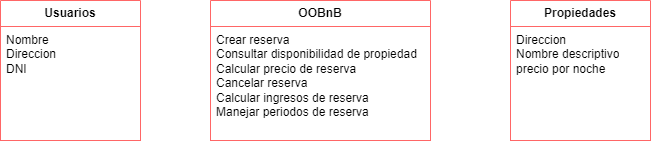
Above: 17-18 - Alquiler de Propiedades/img/ClassesAtributos.png in UnMatesito/OO1 (draw.io), before the change. Source tidied: cells renumbered, new cells last; positions are measured from the earlier drawing's top-left corner, leaving out a move shared by most shapes.
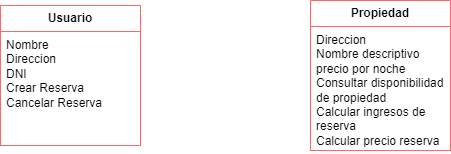
The same file after the commit.

What changed in the source:
```diff
@@ -2,22 +2,16 @@
   <root>
     <mxCell id="0" />
     <mxCell id="1" parent="0" />
-    <mxCell id="2" value="&lt;b&gt;OOBnB&lt;/b&gt;" style="swimlane;fontStyle=0;horizontal=1;startSize=26;fillColor=default;whiteSpace=wrap;html=1;strokeColor=#FF6666;" parent="1" vertex="1">
-      <mxGeometry x="210" width="220" height="140" as="geometry" />
-    </mxCell>
-    <mxCell id="3" value="Crear reserva&lt;div&gt;&lt;div&gt;Consultar disponibilidad de propiedad&lt;/div&gt;&lt;div&gt;Calcular precio de reserva&lt;/div&gt;&lt;div&gt;Cancelar reserva&lt;/div&gt;&lt;div&gt;&lt;span style=&quot;background-color: initial;&quot;&gt;Calcular ingresos de reserva&lt;/span&gt;&lt;br&gt;&lt;/div&gt;&lt;/div&gt;&lt;div&gt;&lt;span style=&quot;background-color: initial;&quot;&gt;Manejar periodos de reserva&lt;/span&gt;&lt;/div&gt;" style="text;strokeColor=#FF6666;fillColor=default;align=left;verticalAlign=top;spacingLeft=4;spacingRight=4;overflow=hidden;whiteSpace=wrap;html=1;" parent="2" vertex="1">
-      <mxGeometry y="26" width="220" height="114" as="geometry" />
-    </mxCell>
-    <mxCell id="4" value="&lt;b&gt;Propiedades&lt;/b&gt;" style="swimlane;fontStyle=0;horizontal=1;startSize=26;fillColor=default;whiteSpace=wrap;html=1;strokeColor=#FF6666;" parent="1" vertex="1">
-      <mxGeometry x="510" width="140" height="140" as="geometry" />
+    <mxCell id="4" value="&lt;b&gt;Propiedad&lt;/b&gt;" style="swimlane;fontStyle=0;horizontal=1;startSize=26;fillColor=default;whiteSpace=wrap;html=1;strokeColor=#FF6666;" parent="1" vertex="1">
+      <mxGeometry x="410" y="210" width="140" height="150" as="geometry" />
     </mxCell>
-    <mxCell id="5" value="Direccion&lt;div&gt;Nombre descriptivo&lt;/div&gt;&lt;div&gt;precio por noche&lt;/div&gt;" style="text;strokeColor=#FF6666;fillColor=default;align=left;verticalAlign=top;spacingLeft=4;spacingRight=4;overflow=hidden;whiteSpace=wrap;html=1;" parent="4" vertex="1">
-      <mxGeometry y="26" width="140" height="114" as="geometry" />
+    <mxCell id="5" value="Direccion&lt;div&gt;Nombre descriptivo&lt;/div&gt;&lt;div&gt;precio por noche&lt;/div&gt;&lt;div&gt;Consultar disponibilidad de propiedad&lt;/div&gt;&lt;div&gt;Calcular ingresos de reserva&lt;/div&gt;&lt;div&gt;Calcular precio reserva&lt;/div&gt;" style="text;strokeColor=#FF6666;fillColor=default;align=left;verticalAlign=top;spacingLeft=4;spacingRight=4;overflow=hidden;whiteSpace=wrap;html=1;" parent="4" vertex="1">
+      <mxGeometry y="26" width="140" height="124" as="geometry" />
     </mxCell>
-    <mxCell id="6" value="&lt;b&gt;Usuarios&lt;/b&gt;" style="swimlane;fontStyle=0;horizontal=1;startSize=26;fillColor=default;whiteSpace=wrap;html=1;strokeColor=#FF6666;" parent="1" vertex="1">
-      <mxGeometry width="140" height="140" as="geometry" />
+    <mxCell id="6" value="&lt;b&gt;Usuario&lt;/b&gt;" style="swimlane;fontStyle=0;horizontal=1;startSize=26;fillColor=default;whiteSpace=wrap;html=1;strokeColor=#FF6666;" parent="1" vertex="1">
+      <mxGeometry x="100" y="215" width="140" height="140" as="geometry" />
     </mxCell>
-    <mxCell id="7" value="Nombre&lt;div&gt;Direccion&lt;/div&gt;&lt;div&gt;DNI&lt;/div&gt;" style="text;strokeColor=#FF6666;fillColor=default;align=left;verticalAlign=top;spacingLeft=4;spacingRight=4;overflow=hidden;whiteSpace=wrap;html=1;" parent="6" vertex="1">
+    <mxCell id="7" value="Nombre&lt;div&gt;Direccion&lt;/div&gt;&lt;div&gt;DNI&lt;/div&gt;&lt;div&gt;Crear Reserva&lt;/div&gt;&lt;div&gt;Cancelar Reserva&lt;/div&gt;" style="text;strokeColor=#FF6666;fillColor=default;align=left;verticalAlign=top;spacingLeft=4;spacingRight=4;overflow=hidden;whiteSpace=wrap;html=1;" parent="6" vertex="1">
       <mxGeometry y="26" width="140" height="114" as="geometry" />
     </mxCell>
   </root>
```
